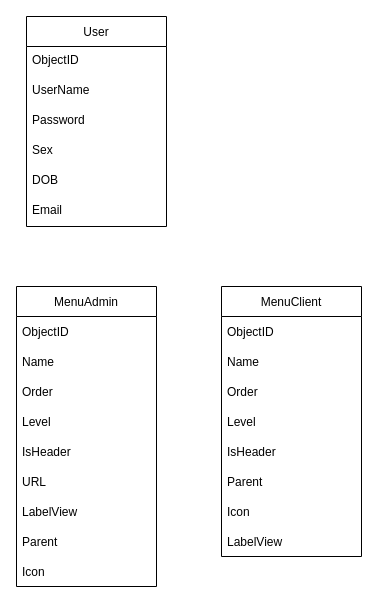
Above: database.drawio in KenDZz1012/LKShop-NgonNguKichBan (draw.io), before the change. Source tidied: cells renumbered, new cells numbered last; positions are measured from the earlier drawing's top-left corner, leaving out a move shared by most shapes. Both pictures are drawn from the tidied source at 100%, with x=0, y=0 at pixel (16, 16).
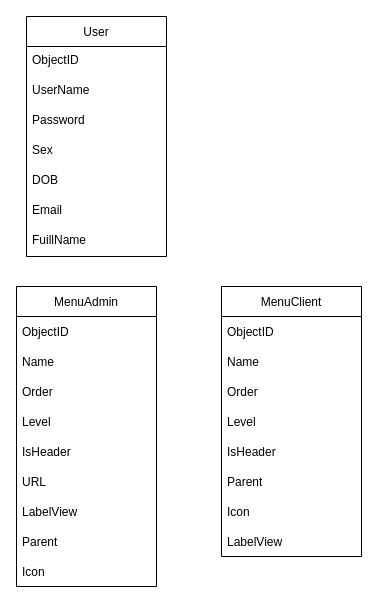
The same diagram, later.

Diff of the diagram source:
```diff
@@
     <mxCell id="2" value="User" style="swimlane;fontStyle=0;horizontal=1;startSize=30;" parent="1" vertex="1">
-      <mxGeometry x="10" width="140" height="210" as="geometry" />
+      <mxGeometry x="10" width="140" height="240" as="geometry" />
     </mxCell>
@@
+    <mxCell id="28" value="FuillName" style="text;strokeColor=none;fillColor=none;align=left;verticalAlign=top;spacingLeft=4;spacingRight=4;overflow=hidden;" parent="2" vertex="1">
+      <mxGeometry y="210" width="140" height="30" as="geometry" />
+    </mxCell>
```
